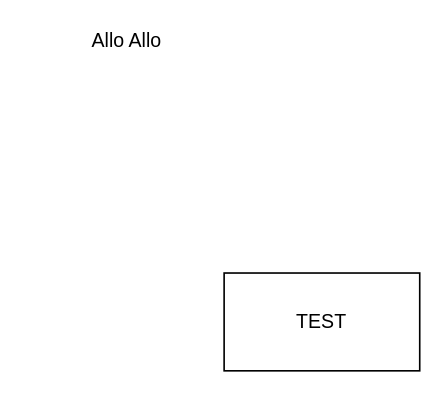
Before: Untitled Diagram.drawio in At0micA55/school_stuff, a draw.io diagram. Source tidied: cells renumbered, new cells numbered last; positions are measured from the earlier drawing's top-left corner, leaving out a move shared by most shapes. Both pictures are drawn from the tidied source at 163%, with x=0, y=0 at pixel (77, 28).
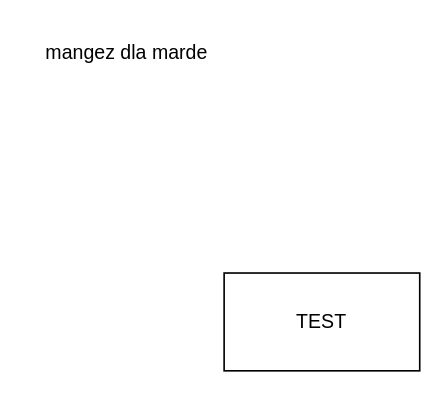
The same diagram, later.

What changed in the source:
```diff
@@
 <mxGraphModel>
   <root>
     <mxCell id="0" />
     <mxCell id="1" parent="0" />
-    <mxCell id="2" value="&lt;div&gt;Allo Allo&lt;/div&gt;&lt;div&gt;&lt;br&gt;&lt;/div&gt;" style="text;html=1;align=center;verticalAlign=middle;" parent="1" vertex="1">
-      <mxGeometry width="60" height="30" as="geometry" />
+    <mxCell id="2" value="mangez dla marde" style="text;html=1;align=center;verticalAlign=middle;" parent="1" vertex="1">
+      <mxGeometry x="-30" y="5" width="120" height="20" as="geometry" />
     </mxCell>
     <mxCell id="3" value="TEST" style="whiteSpace=wrap;html=1;" parent="1" vertex="1">
       <mxGeometry x="90" y="150" width="120" height="60" as="geometry" />
     </mxCell>
   </root>
 </mxGraphModel>
```
